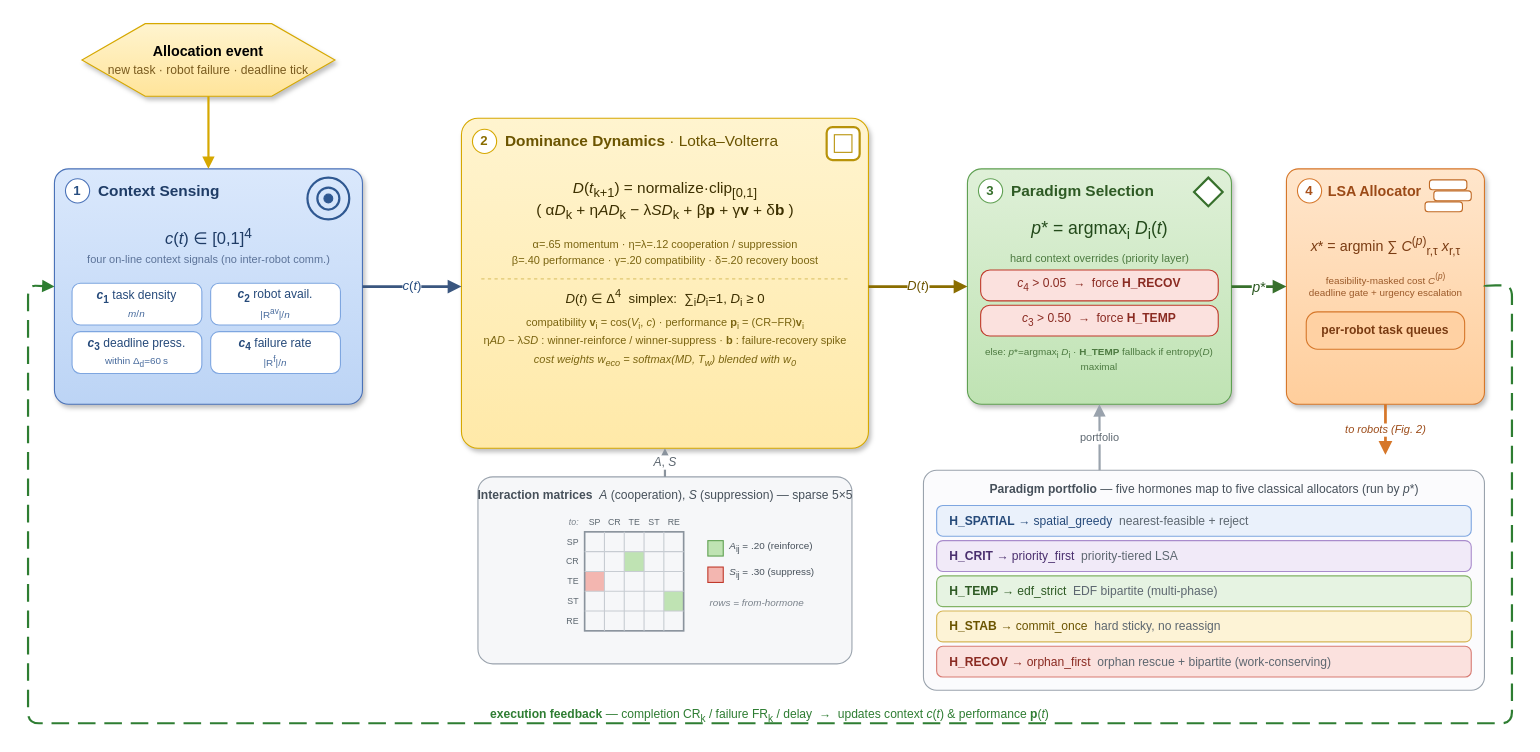
Above: paper/figure/fig1.drawio in oguz-misir/multi_ahe (draw.io), before the change. Source tidied: cells renumbered, new cells numbered last; positions are measured from the earlier drawing's top-left corner, leaving out a move shared by most shapes. Both pictures are drawn from the tidied source at 110%, with x=0, y=0 at pixel (28, 23).
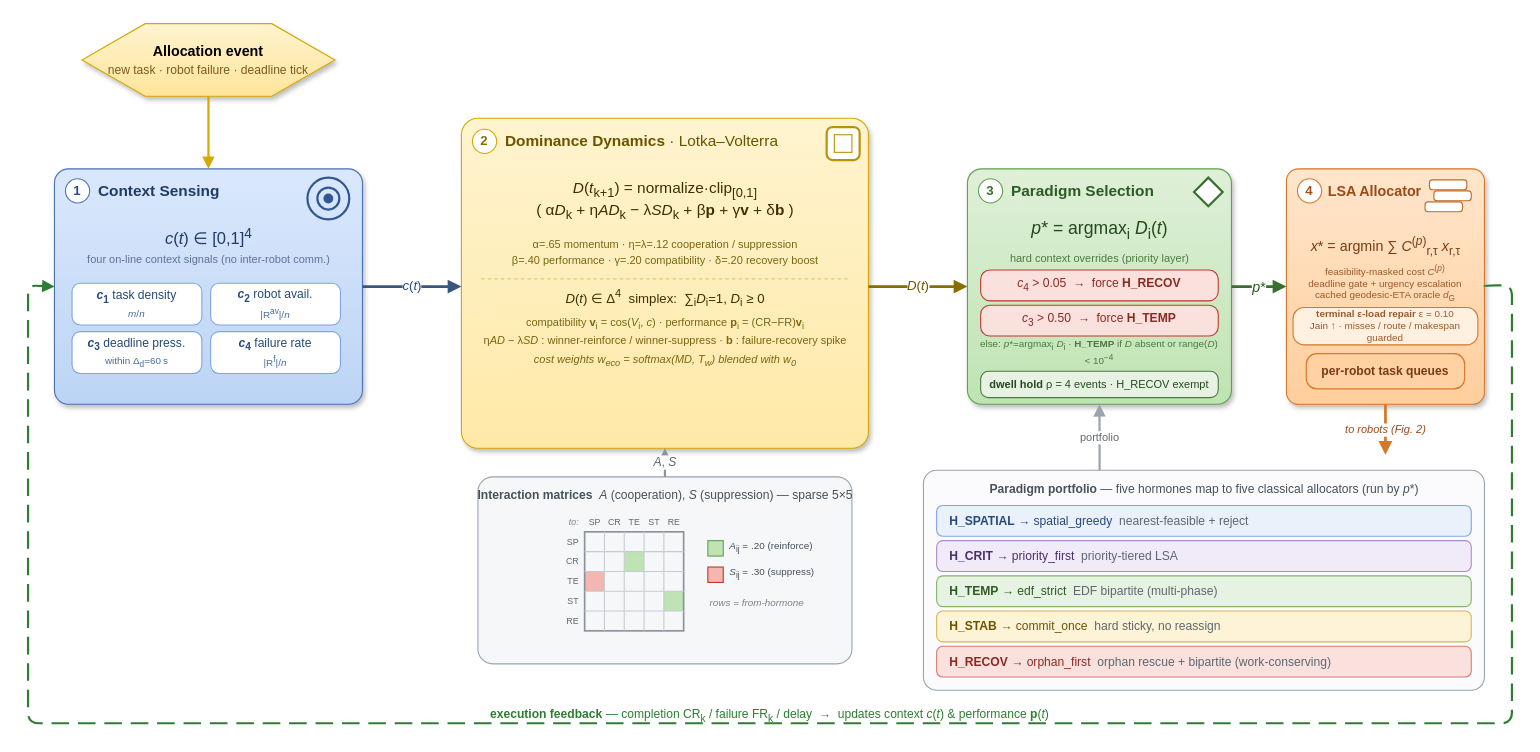
The same diagram, later.

Commit message (it also covers changes not shown here):
Fig. 1: add dwell hysteresis and the repair step, fix the H_TEMP fallback rule

What changed in the source:
```diff
@@
-    <mxCell id="66" value="else: &lt;i&gt;p&lt;/i&gt;*=argmax&lt;sub&gt;i&lt;/sub&gt; &lt;i&gt;D&lt;/i&gt;&lt;sub&gt;i&lt;/sub&gt; &amp;#183; &lt;b&gt;H_TEMP&lt;/b&gt; fallback if entropy(&lt;i&gt;D&lt;/i&gt;) maximal" style="text;html=1;whiteSpace=wrap;align=center;verticalAlign=middle;fontSize=9;fontColor=#4c7a40;" parent="1" vertex="1">
-      <mxGeometry x="864" y="288" width="220" height="34" as="geometry" />
+    <mxCell id="66" value="else: &lt;i&gt;p&lt;/i&gt;*=argmax&lt;sub&gt;i&lt;/sub&gt; &lt;i&gt;D&lt;/i&gt;&lt;sub&gt;i&lt;/sub&gt; &amp;#183; &lt;b&gt;H_TEMP&lt;/b&gt; if &lt;i&gt;D&lt;/i&gt; absent or range(&lt;i&gt;D&lt;/i&gt;) &amp;lt; 10&lt;sup&gt;&amp;#8722;4&lt;/sup&gt;" style="text;html=1;whiteSpace=wrap;align=center;verticalAlign=middle;fontSize=9;fontColor=#4c7a40;" parent="1" vertex="1">
+      <mxGeometry x="862" y="286" width="224" height="26" as="geometry" />
     </mxCell>
@@
+    <mxCell id="92" value="&lt;b&gt;dwell hold&lt;/b&gt; &amp;#961; = 4 events &amp;#183; H_RECOV exempt" style="rounded=1;arcSize=30;whiteSpace=wrap;html=1;fillColor=#e8f2e4;strokeColor=#4c7a40;fontSize=10;fontColor=#234a1b;verticalAlign=middle;" parent="1" vertex="1">
+      <mxGeometry x="866" y="316" width="216" height="24" as="geometry" />
+    </mxCell>
@@
-    <mxCell id="74" value="feasibility-masked cost &lt;i&gt;C&lt;/i&gt;&lt;sup&gt;(&lt;i&gt;p&lt;/i&gt;)&lt;/sup&gt;&lt;br&gt;deadline gate + urgency escalation" style="text;html=1;align=center;verticalAlign=middle;fontSize=9;fontColor=#9b5a2a;" parent="1" vertex="1">
-      <mxGeometry x="1150" y="224" width="168" height="28" as="geometry" />
+    <mxCell id="74" value="feasibility-masked cost &lt;i&gt;C&lt;/i&gt;&lt;sup&gt;(&lt;i&gt;p&lt;/i&gt;)&lt;/sup&gt;&lt;br&gt;deadline gate + urgency escalation&lt;br&gt;cached geodesic-ETA oracle &lt;i&gt;d&lt;/i&gt;&lt;sub&gt;G&lt;/sub&gt;" style="text;html=1;whiteSpace=wrap;align=center;verticalAlign=middle;fontSize=9;fontColor=#9b5a2a;" parent="1" vertex="1">
+      <mxGeometry x="1148" y="218" width="172" height="36" as="geometry" />
     </mxCell>
+    <mxCell id="93" value="&lt;b&gt;terminal &amp;#949;-load repair&lt;/b&gt; &amp;#949; = 0.10&lt;br&gt;Jain &amp;#8593; &amp;#183; misses / route / makespan guarded" style="rounded=1;arcSize=30;whiteSpace=wrap;html=1;fillColor=#fff0e0;strokeColor=#d6772a;fontSize=9;fontColor=#9b5a2a;verticalAlign=middle;" parent="1" vertex="1">
+      <mxGeometry x="1150" y="258" width="168" height="34" as="geometry" />
+    </mxCell>
     <mxCell id="75" value="&lt;b&gt;per-robot task queues&lt;/b&gt;" style="rounded=1;arcSize=30;whiteSpace=wrap;html=1;fillColor=#ffd1a3;strokeColor=#d6772a;fontSize=11;fontColor=#7a3b12;verticalAlign=middle;" parent="1" vertex="1">
-      <mxGeometry x="1162" y="262" width="144" height="34" as="geometry" />
+      <mxGeometry x="1162" y="300" width="144" height="32" as="geometry" />
     </mxCell>
```
